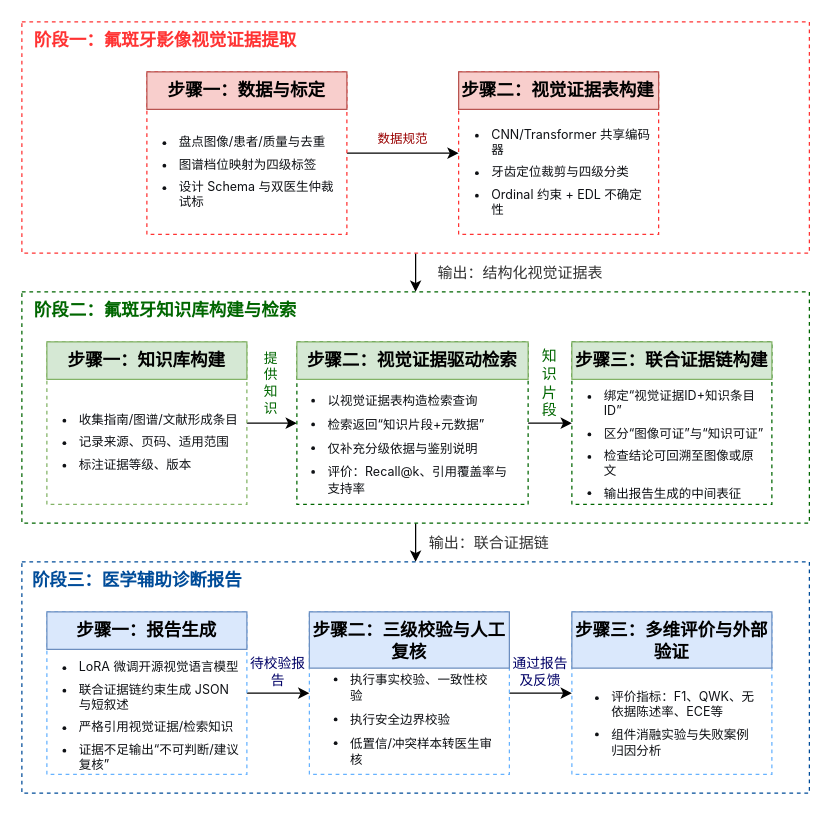
This is ThesisProposal/draft/开题报告-cc-v5/figures_v3/图4技术路线图.drawio from XiaoHG/medical-report-generation, a draw.io file, before an edit. Source tidied: cells renumbered, new cells numbered last; positions are measured from the earlier drawing's top-left corner, leaving out a move shared by most shapes. Both pictures are drawn from the tidied source at 125%, with x=0, y=0 at pixel (21, 21).
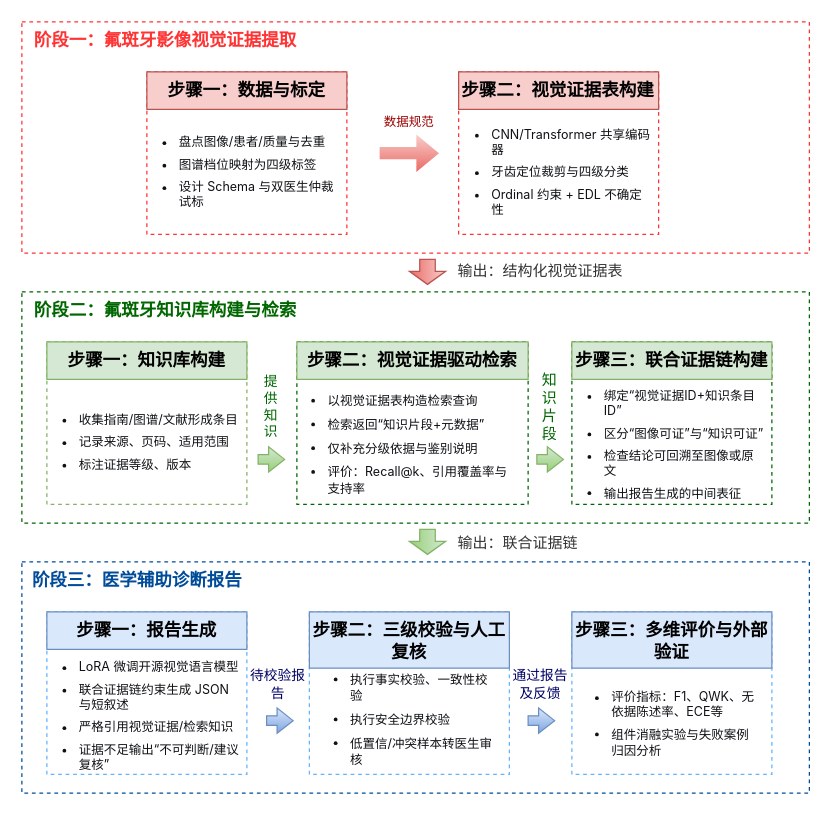
The same page after the edit.

The change refers to these unchanged cells:
```xml
<mxCell id="3" style="rounded=1;whiteSpace=wrap;html=1;arcSize=0;dashed=1;fillColor=none;strokeColor=#FF3333;" parent="1" vertex="1">
  <mxGeometry width="630" height="185" as="geometry" />
</mxCell>
<mxCell id="5" style="rounded=0;whiteSpace=wrap;html=1;strokeColor=#FF3333;dashed=1;" parent="1" vertex="1">
  <mxGeometry x="100" y="40" width="160" height="130" as="geometry" />
</mxCell>
<mxCell id="8" style="rounded=0;whiteSpace=wrap;html=1;fillColor=none;dashed=1;strokeColor=#FF3333;" parent="1" vertex="1">
  <mxGeometry x="349.4" y="40" width="160" height="130" as="geometry" />
</mxCell>
<mxCell id="14" style="rounded=1;whiteSpace=wrap;html=1;arcSize=0;dashed=1;fillColor=none;fontColor=#006600;strokeColor=#006600;" parent="1" vertex="1">
  <mxGeometry y="216" width="630" height="185" as="geometry" />
</mxCell>
<mxCell id="16" style="rounded=0;whiteSpace=wrap;html=1;fillColor=none;strokeColor=#82b366;dashed=1;" parent="1" vertex="1">
  <mxGeometry x="20" y="256" width="160" height="130" as="geometry" />
</mxCell>
<mxCell id="20" style="rounded=0;whiteSpace=wrap;html=1;fillColor=none;dashed=1;strokeColor=#006600;" parent="1" vertex="1">
  <mxGeometry x="220" y="256" width="185" height="130" as="geometry" />
</mxCell>
<mxCell id="23" style="rounded=0;whiteSpace=wrap;html=1;fillColor=none;dashed=1;strokeColor=#006600;" parent="1" vertex="1">
  <mxGeometry x="440" y="256" width="160" height="130" as="geometry" />
</mxCell>
<mxCell id="29" style="rounded=1;whiteSpace=wrap;html=1;arcSize=0;dashed=1;fillColor=none;strokeColor=#004C99;" parent="1" vertex="1">
  <mxGeometry y="432" width="630" height="185" as="geometry" />
</mxCell>
<mxCell id="31" style="rounded=0;whiteSpace=wrap;html=1;fillColor=none;dashed=1;strokeColor=#66B2FF;" parent="1" vertex="1">
  <mxGeometry x="20" y="472" width="160" height="130" as="geometry" />
</mxCell>
<mxCell id="35" style="rounded=0;whiteSpace=wrap;html=1;strokeColor=#66B2FF;fillColor=none;dashed=1;" parent="1" vertex="1">
  <mxGeometry x="230" y="472" width="160" height="130" as="geometry" />
</mxCell>
<mxCell id="38" style="rounded=0;whiteSpace=wrap;html=1;fillColor=none;dashed=1;strokeColor=#66B2FF;" parent="1" vertex="1">
  <mxGeometry x="440" y="472" width="160" height="130" as="geometry" />
</mxCell>
```

The edit, as a diff of the source:
```diff
@@
-    <mxCell id="2" style="edgeStyle=orthogonalEdgeStyle;rounded=0;jettySize=auto;html=1;exitX=0.5;exitY=1;exitDx=0;exitDy=0;entryX=0.5;entryY=0;entryDx=0;entryDy=0;" parent="1" edge="1" source="3" target="14">
-      <mxGeometry relative="1" as="geometry" />
-    </mxCell>
@@
-    <mxCell id="4" style="edgeStyle=orthogonalEdgeStyle;rounded=0;jettySize=auto;html=1;exitX=1;exitY=0.5;exitDx=0;exitDy=0;entryX=0;entryY=0.5;entryDx=0;entryDy=0;" parent="1" edge="1" source="5" target="8">
-      <mxGeometry relative="1" as="geometry" />
-    </mxCell>
@@
     <mxCell id="11" value="数据规范" style="text;html=1;whiteSpace=wrap;strokeColor=none;fillColor=none;align=center;verticalAlign=middle;rounded=0;fontSize=10;fontColor=#990000;" parent="1" vertex="1">
-      <mxGeometry x="280" y="82.5" width="50" height="20" as="geometry" />
+      <mxGeometry x="285" y="70" width="50" height="20" as="geometry" />
     </mxCell>
@@
-    <mxCell id="13" style="edgeStyle=orthogonalEdgeStyle;rounded=0;jettySize=auto;html=1;exitX=0.5;exitY=1;exitDx=0;exitDy=0;entryX=0.5;entryY=0;entryDx=0;entryDy=0;" parent="1" edge="1" source="14" target="29">
-      <mxGeometry relative="1" as="geometry" />
-    </mxCell>
@@
-    <mxCell id="15" style="edgeStyle=orthogonalEdgeStyle;rounded=0;jettySize=auto;html=1;exitX=1;exitY=0.5;exitDx=0;exitDy=0;entryX=0;entryY=0.5;entryDx=0;entryDy=0;" parent="1" edge="1" source="16" target="20">
-      <mxGeometry relative="1" as="geometry" />
-    </mxCell>
@@
-    <mxCell id="19" style="edgeStyle=orthogonalEdgeStyle;rounded=0;jettySize=auto;html=1;exitX=1;exitY=0.5;exitDx=0;exitDy=0;entryX=0;entryY=0.5;entryDx=0;entryDy=0;" parent="1" edge="1" source="20" target="23">
-      <mxGeometry relative="1" as="geometry" />
-    </mxCell>
@@
     <mxCell id="26" value="提供知识" style="text;html=1;whiteSpace=wrap;strokeColor=none;fillColor=none;align=center;verticalAlign=middle;rounded=0;fontSize=11;fontColor=#006600;" parent="1" vertex="1">
-      <mxGeometry x="189" y="256" width="21.2" height="65" as="geometry" />
+      <mxGeometry x="189" y="275" width="21.2" height="65" as="geometry" />
     </mxCell>
     <mxCell id="27" value="知识片段" style="text;html=1;whiteSpace=wrap;strokeColor=none;fillColor=none;align=center;verticalAlign=middle;rounded=0;fontSize=12;fontColor=#006600;" parent="1" vertex="1">
-      <mxGeometry x="412" y="256" width="21.2" height="65" as="geometry" />
+      <mxGeometry x="412" y="275" width="21.2" height="65" as="geometry" />
     </mxCell>
@@
-    <mxCell id="30" style="edgeStyle=orthogonalEdgeStyle;rounded=0;jettySize=auto;html=1;exitX=1;exitY=0.5;exitDx=0;exitDy=0;entryX=0;entryY=0.5;entryDx=0;entryDy=0;" parent="1" edge="1" source="31" target="35">
-      <mxGeometry relative="1" as="geometry" />
-    </mxCell>
@@
-    <mxCell id="34" style="edgeStyle=orthogonalEdgeStyle;rounded=0;jettySize=auto;html=1;exitX=1;exitY=0.5;exitDx=0;exitDy=0;entryX=0;entryY=0.5;entryDx=0;entryDy=0;" parent="1" edge="1" source="35" target="38">
-      <mxGeometry relative="1" as="geometry" />
-    </mxCell>
@@
     <mxCell id="41" value="待校验报告" style="text;html=1;whiteSpace=wrap;strokeColor=none;fillColor=none;align=center;verticalAlign=middle;rounded=0;fontSize=11;fontColor=#000066;" parent="1" vertex="1">
-      <mxGeometry x="180" y="502" width="50" height="35" as="geometry" />
+      <mxGeometry x="180" y="512" width="50" height="35" as="geometry" />
     </mxCell>
     <mxCell id="42" value="通过报告及反馈" style="text;html=1;whiteSpace=wrap;strokeColor=none;fillColor=none;align=center;verticalAlign=middle;rounded=0;fontSize=11;fontColor=#000066;" parent="1" vertex="1">
-      <mxGeometry x="390" y="502" width="50" height="35" as="geometry" />
+      <mxGeometry x="390" y="512" width="50" height="35" as="geometry" />
     </mxCell>
@@
     <mxCell id="44" value="&lt;span style=&quot;text-align: left; white-space: nowrap; background-color: rgb(255, 255, 255);&quot;&gt;输出：联合证据链&lt;/span&gt;" style="text;html=1;whiteSpace=wrap;strokeColor=none;fillColor=none;align=center;verticalAlign=middle;rounded=0;fontColor=#333333;" parent="1" vertex="1">
-      <mxGeometry x="319" y="402" width="110" height="30" as="geometry" />
+      <mxGeometry x="342" y="402" width="110" height="30" as="geometry" />
     </mxCell>
     <mxCell id="45" value="&lt;span style=&quot;text-align: left; white-space: nowrap; background-color: rgb(255, 255, 255);&quot;&gt;输出：结构化视觉证据表&lt;/span&gt;" style="text;html=1;whiteSpace=wrap;strokeColor=none;fillColor=none;align=center;verticalAlign=middle;rounded=0;fontColor=#333333;" parent="1" vertex="1">
-      <mxGeometry x="319" y="186" width="160" height="30" as="geometry" />
+      <mxGeometry x="335" y="185" width="160" height="30" as="geometry" />
     </mxCell>
+    <mxCell id="46" style="shape=singleArrow;direction=south;whiteSpace=wrap;html=1;arrowWidth=0.42857142857142916;arrowSize=0.5238095238095247;fillColor=#f8cecc;strokeColor=#b85450;gradientColor=#ea6b66;" parent="1" vertex="1">
+      <mxGeometry x="310" y="190" width="29" height="20" as="geometry" />
+    </mxCell>
+    <mxCell id="47" style="shape=singleArrow;direction=south;whiteSpace=wrap;html=1;arrowWidth=0.42857142857142916;arrowSize=0.5238095238095247;fillColor=#d5e8d4;strokeColor=#82b366;gradientColor=#97d077;" parent="1" vertex="1">
+      <mxGeometry x="310" y="406" width="29" height="20" as="geometry" />
+    </mxCell>
+    <mxCell id="48" style="shape=singleArrow;whiteSpace=wrap;html=1;arrowWidth=0.3238095238095241;arrowSize=0.38142857142857167;fillColor=#f8cecc;gradientColor=#ea6b66;strokeColor=none;" parent="1" vertex="1">
+      <mxGeometry x="286.2" y="90" width="47.5" height="30" as="geometry" />
+    </mxCell>
+    <mxCell id="49" style="shape=singleArrow;whiteSpace=wrap;html=1;arrowWidth=0.38275862068965694;arrowSize=0.6040567951318441;fillColor=#d5e8d4;gradientColor=#97d077;strokeColor=#82b366;" parent="1" vertex="1">
+      <mxGeometry x="189" y="340" width="21.2" height="20" as="geometry" />
+    </mxCell>
+    <mxCell id="50" style="shape=singleArrow;whiteSpace=wrap;html=1;arrowWidth=0.38275862068965694;arrowSize=0.6040567951318441;fillColor=#d5e8d4;gradientColor=#97d077;strokeColor=#82b366;" parent="1" vertex="1">
+      <mxGeometry x="412" y="340" width="21.2" height="20" as="geometry" />
+    </mxCell>
+    <mxCell id="51" style="shape=singleArrow;whiteSpace=wrap;html=1;arrowWidth=0.38275862068965694;arrowSize=0.6040567951318441;fillColor=#dae8fc;gradientColor=#7ea6e0;strokeColor=#6c8ebf;" parent="1" vertex="1">
+      <mxGeometry x="195.8" y="549" width="21.2" height="20" as="geometry" />
+    </mxCell>
+    <mxCell id="52" style="shape=singleArrow;whiteSpace=wrap;html=1;arrowWidth=0.38275862068965694;arrowSize=0.6040567951318441;fillColor=#dae8fc;gradientColor=#7ea6e0;strokeColor=#6c8ebf;" parent="1" vertex="1">
+      <mxGeometry x="405" y="549" width="21.2" height="20" as="geometry" />
+    </mxCell>
```
